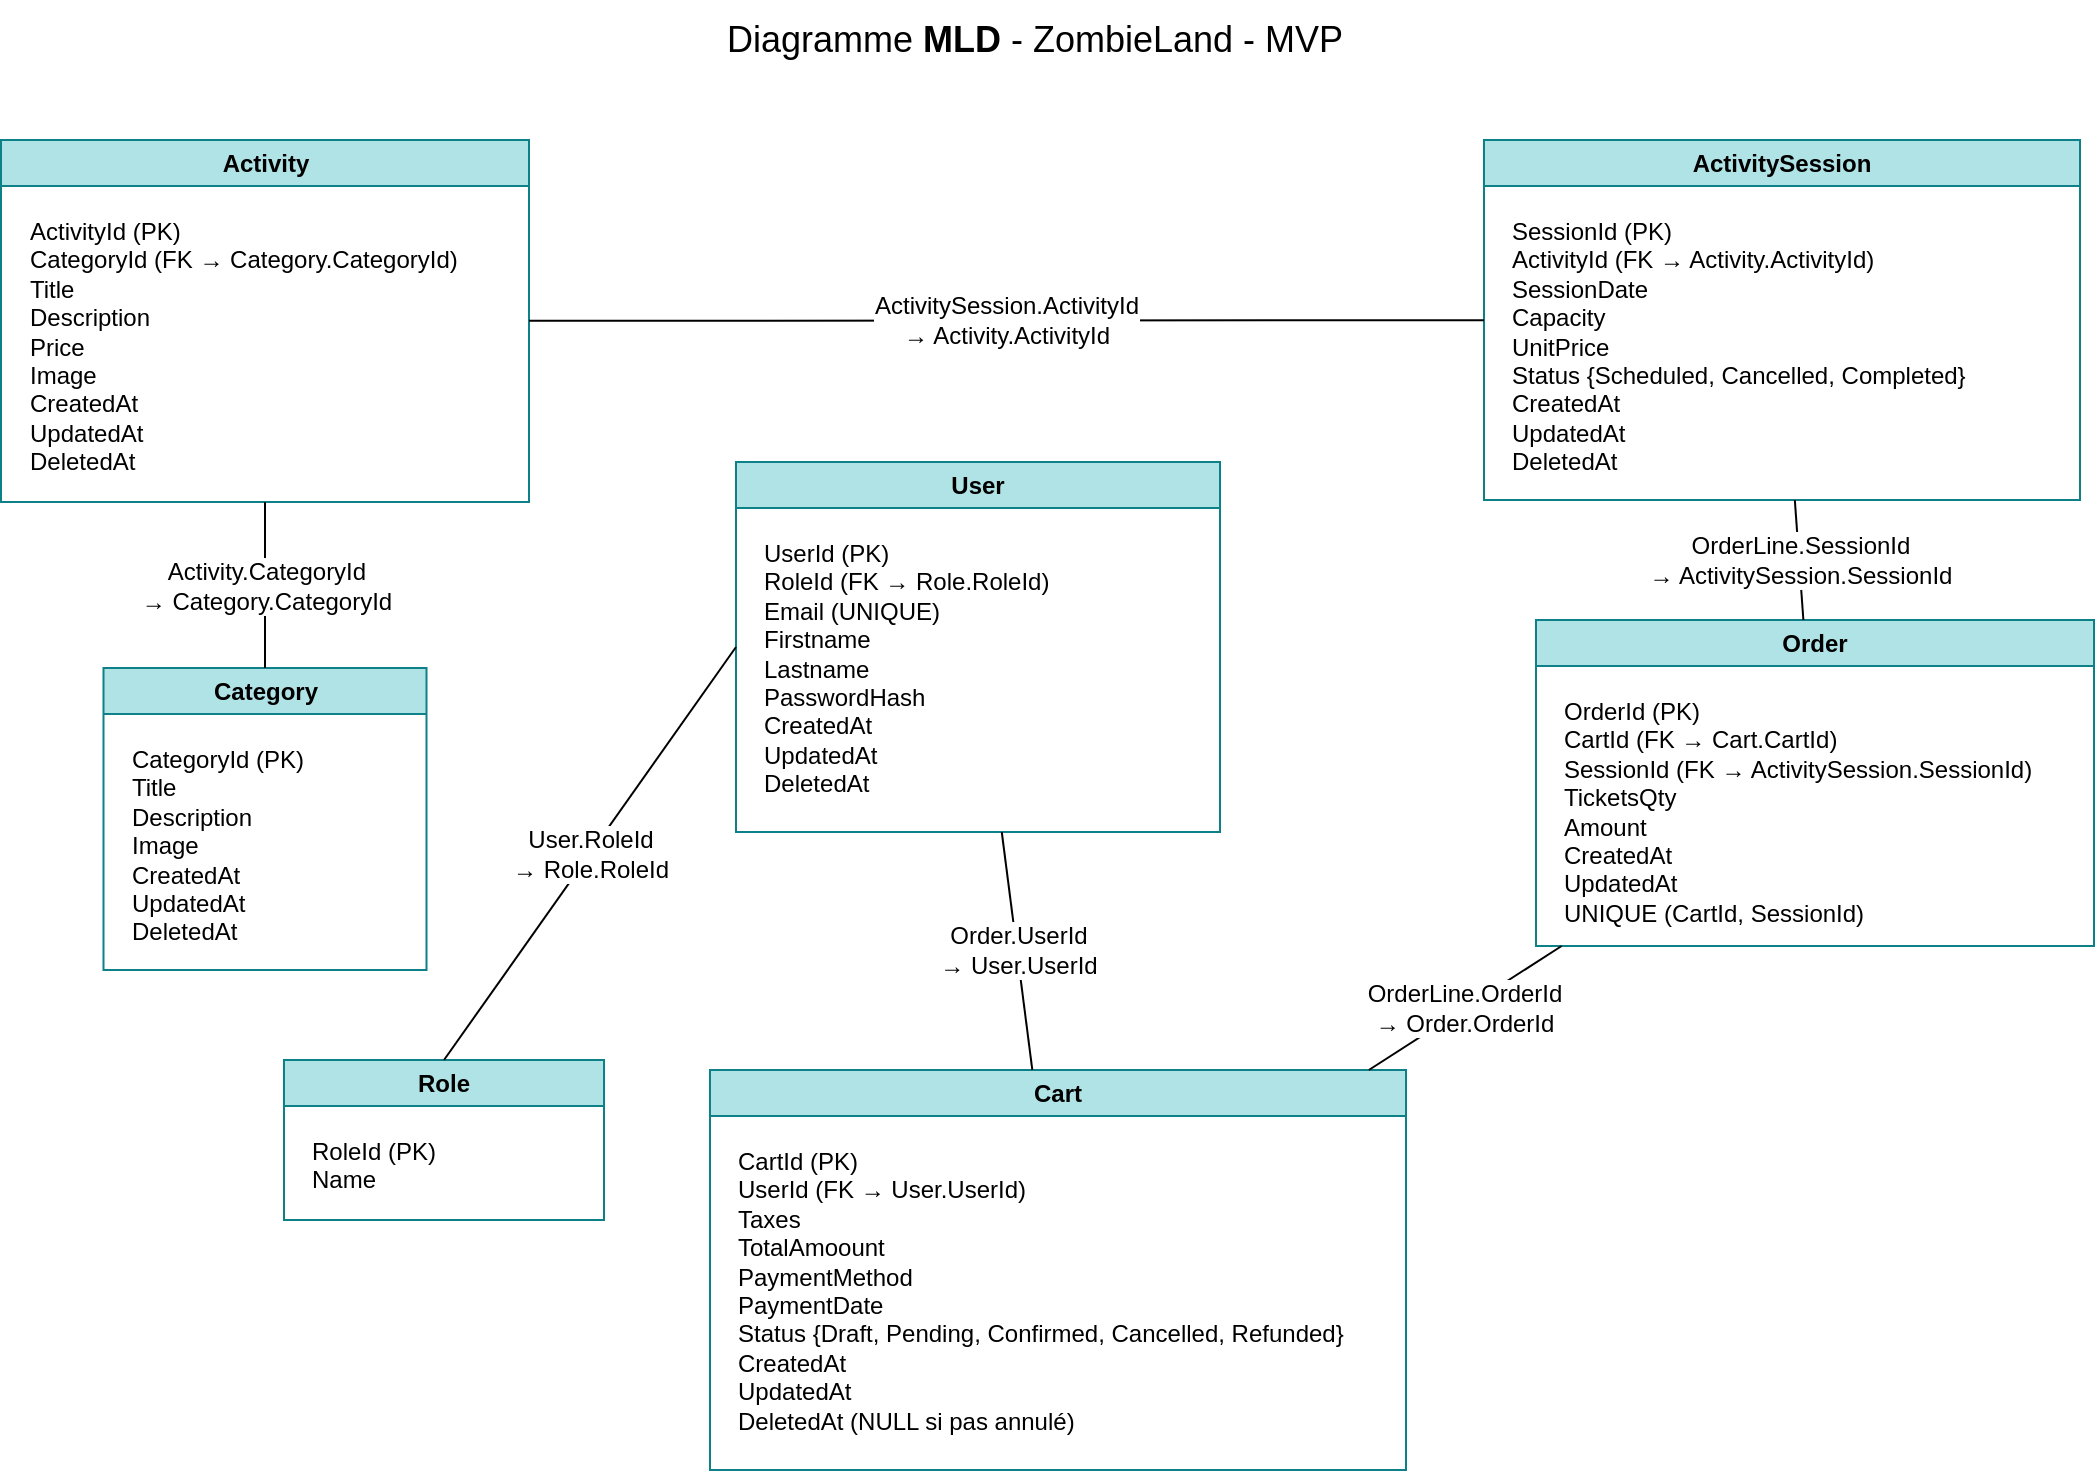
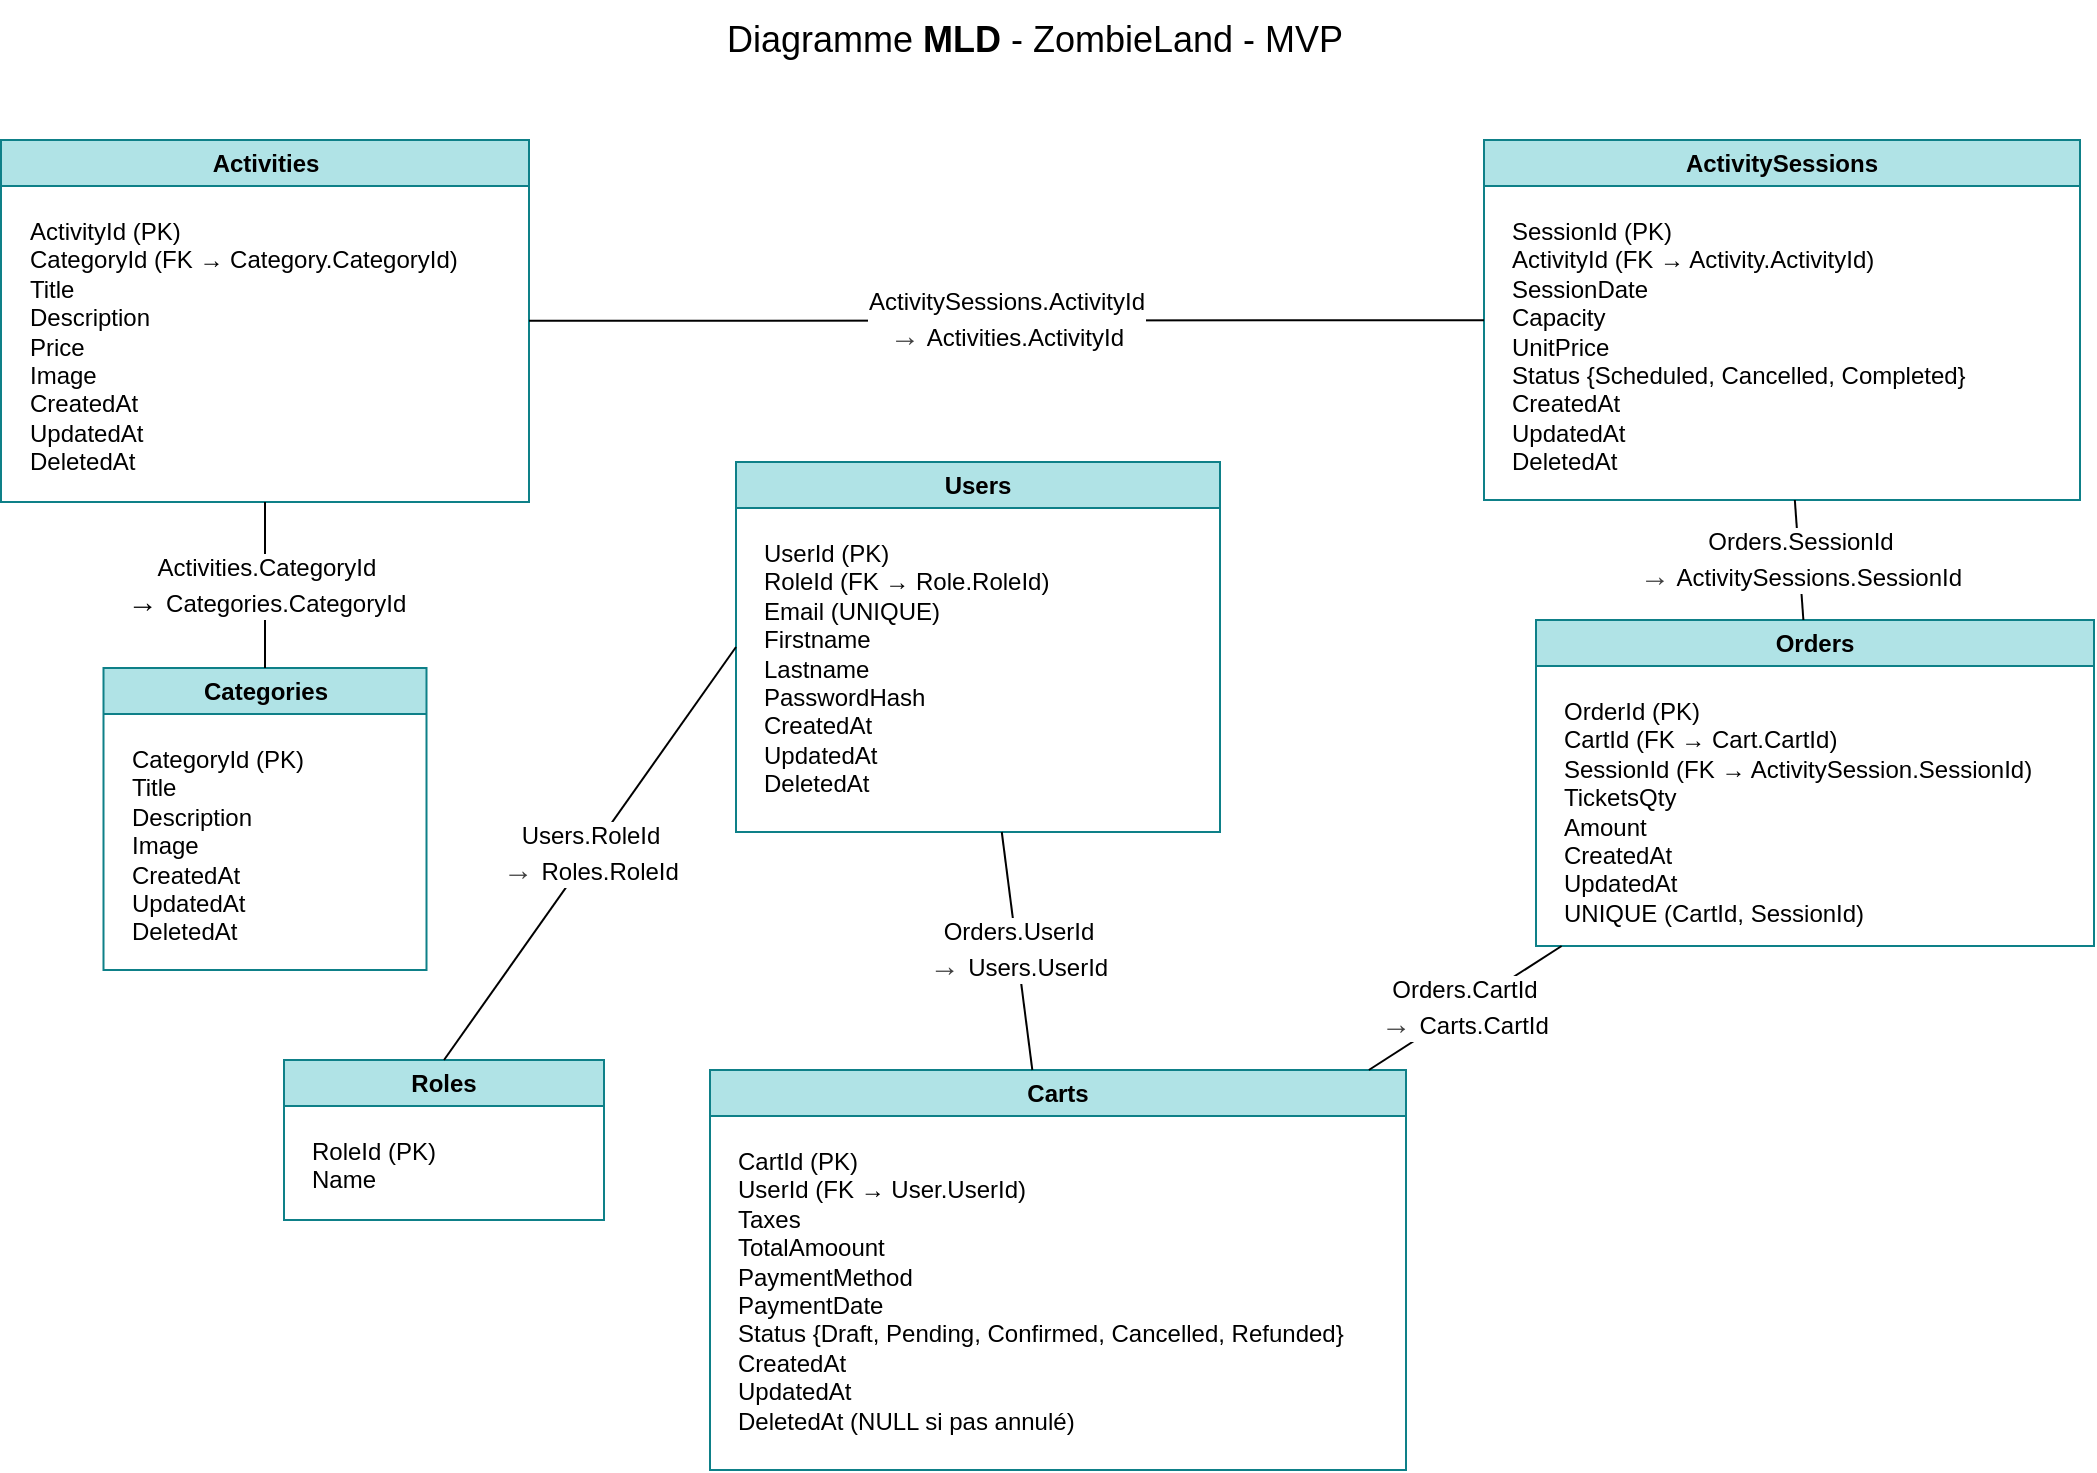
<mxfile host="65bd71144e" scale="1.2" border="20">
    <diagram id="fsbzk8zL0QScQSCVCOah" name="Page-1">
-         <mxGraphModel dx="1073" dy="793" grid="0" gridSize="10" guides="1" tooltips="1" connect="1" arrows="1" fold="1" page="1" pageScale="1" pageWidth="1169" pageHeight="827" background="#ffffff" math="0" shadow="0">
+         <mxGraphModel dx="1631" dy="793" grid="0" gridSize="10" guides="1" tooltips="1" connect="1" arrows="1" fold="1" page="1" pageScale="1" pageWidth="1169" pageHeight="827" background="#ffffff" math="0" shadow="0">
            <root>
                <mxCell id="0"/>
                <mxCell id="1" parent="0"/>
                <mxCell id="t0" value="&lt;span style=&quot;font-weight: normal;&quot;&gt;Diagramme &lt;/span&gt;MLD &lt;span style=&quot;font-weight: normal;&quot;&gt;- ZombieLand - MVP&lt;/span&gt;" style="text;strokeColor=none;fillColor=none;html=1;fontSize=18;fontStyle=1;verticalAlign=middle;align=center;fontColor=#000000;fontFamily=Helvetica;" parent="1" vertex="1">
                    <mxGeometry x="360" y="40" width="450" height="40" as="geometry"/>
                </mxCell>
-                 <mxCell id="c_tbl" value="Category" style="swimlane;whiteSpace=wrap;html=1;fillColor=#b0e3e6;shadow=0;rounded=0;swimlaneLine=1;fontStyle=1;fontSize=12;align=center;fontFamily=Helvetica;strokeColor=#0e8088;" parent="1" vertex="1">
+                 <mxCell id="c_tbl" value="Categories" style="swimlane;whiteSpace=wrap;html=1;fillColor=#b0e3e6;shadow=0;rounded=0;swimlaneLine=1;fontStyle=1;fontSize=12;align=center;fontFamily=Helvetica;strokeColor=#0e8088;" parent="1" vertex="1">
                    <mxGeometry x="119.75" y="374" width="161.5" height="151" as="geometry"/>
                </mxCell>
                <mxCell id="c_cols" value="&lt;div&gt;&lt;font style=&quot;color: light-dark(rgb(0, 0, 0), rgb(0, 0, 0));&quot;&gt;CategoryId (PK)&lt;/font&gt;&lt;/div&gt;&lt;div&gt;&lt;font style=&quot;color: light-dark(rgb(0, 0, 0), rgb(0, 0, 0));&quot;&gt;Title&lt;/font&gt;&lt;/div&gt;&lt;div&gt;&lt;font style=&quot;color: light-dark(rgb(0, 0, 0), rgb(0, 0, 0));&quot;&gt;Description&lt;/font&gt;&lt;/div&gt;&lt;div&gt;&lt;font style=&quot;color: light-dark(rgb(0, 0, 0), rgb(0, 0, 0));&quot;&gt;Image&lt;/font&gt;&lt;/div&gt;&lt;div&gt;&lt;div style=&quot;color: rgb(63, 63, 63); scrollbar-color: rgb(226, 226, 226) rgb(251, 251, 251);&quot;&gt;&lt;font style=&quot;scrollbar-color: rgb(226, 226, 226) rgb(251, 251, 251); color: rgb(0, 0, 0);&quot;&gt;CreatedAt&amp;nbsp;&amp;nbsp;&lt;/font&gt;&lt;/div&gt;&lt;div style=&quot;color: rgb(63, 63, 63); scrollbar-color: rgb(226, 226, 226) rgb(251, 251, 251);&quot;&gt;&lt;font style=&quot;scrollbar-color: rgb(226, 226, 226) rgb(251, 251, 251); color: rgb(0, 0, 0);&quot;&gt;UpdatedAt&amp;nbsp;&amp;nbsp;&lt;/font&gt;&lt;/div&gt;&lt;div style=&quot;color: rgb(63, 63, 63); scrollbar-color: rgb(226, 226, 226) rgb(251, 251, 251);&quot;&gt;&lt;font style=&quot;scrollbar-color: rgb(226, 226, 226) rgb(251, 251, 251); color: rgb(0, 0, 0);&quot;&gt;DeletedAt&lt;/font&gt;&lt;/div&gt;&lt;/div&gt;" style="text;html=1;align=left;verticalAlign=top;resizable=0;points=[];autosize=1;strokeColor=none;fillColor=none;spacing=4;spacingTop=0;spacingLeft=0;horizontal=1;fontColor=#000000;fontSize=12;fontFamily=Helvetica;" parent="c_tbl" vertex="1">
                    <mxGeometry x="10" y="30" width="106" height="115" as="geometry"/>
                </mxCell>
-                 <mxCell id="a_tbl" value="Activity" style="swimlane;whiteSpace=wrap;html=1;fillColor=#b0e3e6;shadow=0;rounded=0;swimlaneLine=1;fontStyle=1;fontSize=12;align=center;fontFamily=Helvetica;strokeColor=#0e8088;" parent="1" vertex="1">
+                 <mxCell id="a_tbl" value="Activities" style="swimlane;whiteSpace=wrap;html=1;fillColor=#b0e3e6;shadow=0;rounded=0;swimlaneLine=1;fontStyle=1;fontSize=12;align=center;fontFamily=Helvetica;strokeColor=#0e8088;" parent="1" vertex="1">
                    <mxGeometry x="68.5" y="110" width="264" height="181" as="geometry"/>
                </mxCell>
                <mxCell id="a_cols" value="&lt;div&gt;&lt;font style=&quot;color: rgb(0, 0, 0);&quot;&gt;ActivityId (PK)&lt;/font&gt;&lt;/div&gt;&lt;div&gt;&lt;font style=&quot;color: rgb(0, 0, 0);&quot;&gt;CategoryId (FK → Category.CategoryId)&lt;/font&gt;&lt;/div&gt;&lt;div&gt;&lt;font style=&quot;color: rgb(0, 0, 0);&quot;&gt;Title&lt;/font&gt;&lt;/div&gt;&lt;div&gt;&lt;font style=&quot;color: rgb(0, 0, 0);&quot;&gt;Description&lt;/font&gt;&lt;/div&gt;&lt;div&gt;&lt;font style=&quot;color: rgb(0, 0, 0);&quot;&gt;Price&lt;/font&gt;&lt;/div&gt;&lt;div&gt;&lt;font style=&quot;color: rgb(0, 0, 0);&quot;&gt;Image&lt;/font&gt;&lt;/div&gt;&lt;div&gt;&lt;font style=&quot;color: rgb(0, 0, 0);&quot;&gt;CreatedAt&lt;/font&gt;&lt;/div&gt;&lt;div&gt;&lt;font style=&quot;color: rgb(0, 0, 0);&quot;&gt;UpdatedAt&lt;/font&gt;&lt;/div&gt;&lt;div&gt;&lt;font style=&quot;color: rgb(0, 0, 0);&quot;&gt;DeletedAt&lt;/font&gt;&lt;/div&gt;" style="text;html=1;align=left;verticalAlign=top;resizable=0;points=[];autosize=1;strokeColor=none;fillColor=none;spacing=4;spacingTop=0;spacingLeft=0;horizontal=1;fontColor=#000000;fontSize=12;fontFamily=Helvetica;" parent="a_tbl" vertex="1">
                    <mxGeometry x="10" y="30" width="234" height="144" as="geometry"/>
                </mxCell>
-                 <mxCell id="s_tbl" value="ActivitySession" style="swimlane;whiteSpace=wrap;html=1;fillColor=#b0e3e6;shadow=0;rounded=0;swimlaneLine=1;fontStyle=1;fontSize=12;align=center;fontFamily=Helvetica;strokeColor=#0e8088;" parent="1" vertex="1">
+                 <mxCell id="s_tbl" value="ActivitySessions" style="swimlane;whiteSpace=wrap;html=1;fillColor=#b0e3e6;shadow=0;rounded=0;swimlaneLine=1;fontStyle=1;fontSize=12;align=center;fontFamily=Helvetica;strokeColor=#0e8088;" parent="1" vertex="1">
                    <mxGeometry x="810" y="110" width="298" height="180" as="geometry"/>
                </mxCell>
                <mxCell id="s_cols" value="&lt;div&gt;&lt;font color=&quot;#000000&quot;&gt;SessionId (PK)&lt;/font&gt;&lt;/div&gt;&lt;div&gt;&lt;font color=&quot;#000000&quot;&gt;ActivityId (FK → Activity.ActivityId)&lt;/font&gt;&lt;/div&gt;&lt;div&gt;&lt;font color=&quot;#000000&quot;&gt;SessionDate&lt;/font&gt;&lt;/div&gt;&lt;div&gt;&lt;font color=&quot;#000000&quot;&gt;Capacity&lt;/font&gt;&lt;/div&gt;&lt;div&gt;&lt;font color=&quot;#000000&quot;&gt;UnitPrice&lt;/font&gt;&lt;/div&gt;&lt;div&gt;&lt;font color=&quot;#000000&quot;&gt;Status {Scheduled, Cancelled, Completed}&lt;/font&gt;&lt;/div&gt;&lt;div&gt;&lt;div style=&quot;color: rgb(63, 63, 63); scrollbar-color: rgb(226, 226, 226) rgb(251, 251, 251);&quot;&gt;&lt;font style=&quot;scrollbar-color: rgb(226, 226, 226) rgb(251, 251, 251); color: rgb(0, 0, 0);&quot;&gt;CreatedAt&lt;/font&gt;&lt;/div&gt;&lt;div style=&quot;color: rgb(63, 63, 63); scrollbar-color: rgb(226, 226, 226) rgb(251, 251, 251);&quot;&gt;&lt;font style=&quot;scrollbar-color: rgb(226, 226, 226) rgb(251, 251, 251); color: rgb(0, 0, 0);&quot;&gt;UpdatedAt&lt;/font&gt;&lt;/div&gt;&lt;div style=&quot;color: rgb(63, 63, 63); scrollbar-color: rgb(226, 226, 226) rgb(251, 251, 251);&quot;&gt;&lt;font style=&quot;scrollbar-color: rgb(226, 226, 226) rgb(251, 251, 251); color: rgb(0, 0, 0);&quot;&gt;DeletedAt&lt;/font&gt;&lt;/div&gt;&lt;/div&gt;" style="text;html=1;align=left;verticalAlign=top;resizable=0;points=[];autosize=1;strokeColor=none;fillColor=none;spacing=4;spacingTop=0;spacingLeft=0;horizontal=1;fontColor=#000000;fontSize=12;fontFamily=Helvetica;" parent="s_tbl" vertex="1">
                    <mxGeometry x="10" y="30" width="247" height="144" as="geometry"/>
                </mxCell>
-                 <mxCell id="o_tbl" value="Cart" style="swimlane;whiteSpace=wrap;html=1;fillColor=#b0e3e6;shadow=0;rounded=0;swimlaneLine=1;fontStyle=1;fontSize=12;align=center;fontFamily=Helvetica;strokeColor=#0e8088;" parent="1" vertex="1">
+                 <mxCell id="o_tbl" value="Carts" style="swimlane;whiteSpace=wrap;html=1;fillColor=#b0e3e6;shadow=0;rounded=0;swimlaneLine=1;fontStyle=1;fontSize=12;align=center;fontFamily=Helvetica;strokeColor=#0e8088;" parent="1" vertex="1">
                    <mxGeometry x="423" y="575" width="348" height="200" as="geometry"/>
                </mxCell>
                <mxCell id="o_cols" value="&lt;div&gt;&lt;font color=&quot;#000000&quot;&gt;CartId (PK)&lt;/font&gt;&lt;/div&gt;&lt;div&gt;&lt;font color=&quot;#000000&quot;&gt;UserId (FK → User.UserId)&lt;/font&gt;&lt;/div&gt;&lt;div&gt;&lt;span style=&quot;background-color: transparent;&quot;&gt;Taxes&lt;/span&gt;&lt;/div&gt;&lt;div&gt;&lt;font color=&quot;#000000&quot;&gt;TotalAmoount&lt;/font&gt;&lt;/div&gt;&lt;div&gt;&lt;font color=&quot;#000000&quot;&gt;PaymentMethod&lt;/font&gt;&lt;/div&gt;&lt;div&gt;&lt;font color=&quot;#000000&quot;&gt;PaymentDate&lt;/font&gt;&lt;/div&gt;&lt;div&gt;&lt;font color=&quot;#000000&quot;&gt;Status {Draft, Pending, Confirmed, Cancelled, Refunded}&lt;/font&gt;&lt;/div&gt;&lt;div&gt;&lt;font color=&quot;#000000&quot;&gt;CreatedAt&lt;/font&gt;&lt;/div&gt;&lt;div&gt;&lt;font color=&quot;#000000&quot;&gt;UpdatedAt&lt;/font&gt;&lt;/div&gt;&lt;div&gt;&lt;font color=&quot;#000000&quot;&gt;DeletedAt (NULL si pas annulé)&lt;/font&gt;&lt;/div&gt;" style="text;html=1;align=left;verticalAlign=top;resizable=0;points=[];autosize=1;strokeColor=none;fillColor=none;spacing=4;spacingTop=0;spacingLeft=0;horizontal=1;fontColor=#000000;fontSize=12;fontFamily=Helvetica;" parent="o_tbl" vertex="1">
                    <mxGeometry x="10" y="30" width="323" height="158" as="geometry"/>
                </mxCell>
-                 <mxCell id="ol_tbl" value="Order" style="swimlane;whiteSpace=wrap;html=1;fillColor=#b0e3e6;shadow=0;rounded=0;swimlaneLine=1;fontStyle=1;fontSize=12;align=center;fontFamily=Helvetica;strokeColor=#0e8088;" parent="1" vertex="1">
+                 <mxCell id="ol_tbl" value="Orders" style="swimlane;whiteSpace=wrap;html=1;fillColor=#b0e3e6;shadow=0;rounded=0;swimlaneLine=1;fontStyle=1;fontSize=12;align=center;fontFamily=Helvetica;strokeColor=#0e8088;" parent="1" vertex="1">
                    <mxGeometry x="836" y="350" width="279" height="163" as="geometry"/>
                </mxCell>
                <mxCell id="ol_cols" value="&lt;div&gt;&lt;font color=&quot;#000000&quot;&gt;OrderId (PK)&lt;/font&gt;&lt;/div&gt;&lt;div&gt;&lt;font color=&quot;#000000&quot;&gt;CartId (FK → Cart.CartId)&lt;/font&gt;&lt;/div&gt;&lt;div&gt;&lt;font color=&quot;#000000&quot;&gt;SessionId (FK → ActivitySession.SessionId)&lt;/font&gt;&lt;/div&gt;&lt;div&gt;&lt;font color=&quot;#000000&quot;&gt;TicketsQty&lt;/font&gt;&lt;/div&gt;&lt;div&gt;&lt;font color=&quot;#000000&quot;&gt;Amount&lt;/font&gt;&lt;/div&gt;&lt;div&gt;&lt;font color=&quot;#000000&quot;&gt;CreatedAt&lt;/font&gt;&lt;/div&gt;&lt;div&gt;&lt;font color=&quot;#000000&quot;&gt;UpdatedAt&lt;/font&gt;&lt;/div&gt;&lt;div&gt;&lt;font color=&quot;#000000&quot;&gt;UNIQUE (CartId, SessionId)&lt;/font&gt;&lt;/div&gt;" style="text;html=1;align=left;verticalAlign=top;resizable=0;points=[];autosize=1;strokeColor=none;fillColor=none;spacing=4;spacingTop=0;spacingLeft=0;horizontal=1;fontColor=#000000;fontSize=12;fontFamily=Helvetica;" parent="ol_tbl" vertex="1">
                    <mxGeometry x="10" y="30" width="254" height="129" as="geometry"/>
                </mxCell>
-                 <mxCell id="e_act_cat" value="Activity.CategoryId &lt;br&gt;→ Category.CategoryId" style="endArrow=none;html=1;strokeWidth=1;rounded=0;fontColor=#000000;fontFamily=Helvetica;fontSize=12;" parent="1" source="a_tbl" target="c_tbl" edge="1">
+                 <mxCell id="e_act_cat" value="Activities.CategoryId &lt;br&gt;&lt;b&gt;&lt;font style=&quot;font-size: 15px;&quot;&gt;→ &lt;/font&gt;&lt;/b&gt;Categories.CategoryId" style="endArrow=none;html=1;strokeWidth=1;rounded=0;fontColor=#000000;fontFamily=Helvetica;fontSize=12;" parent="1" source="a_tbl" target="c_tbl" edge="1">
                    <mxGeometry relative="1" as="geometry">
                        <mxPoint x="401" y="430" as="sourcePoint"/>
                        <mxPoint x="361" y="480" as="targetPoint"/>
                    </mxGeometry>
                </mxCell>
-                 <mxCell id="e_sess_act" value="ActivitySession.ActivityId &lt;br&gt;→ Activity.ActivityId" style="endArrow=none;html=1;strokeWidth=1;rounded=0;fontColor=#000000;fontFamily=Helvetica;fontSize=12;" parent="1" source="s_tbl" target="a_tbl" edge="1">
+                 <mxCell id="e_sess_act" value="ActivitySessions.ActivityId &lt;br&gt;&lt;b style=&quot;color: rgb(63, 63, 63); scrollbar-color: rgb(226, 226, 226) rgb(251, 251, 251);&quot;&gt;&lt;font style=&quot;color: rgb(63, 63, 63); scrollbar-color: rgb(226, 226, 226) rgb(251, 251, 251); font-size: 15px;&quot;&gt;→&lt;/font&gt;&lt;/b&gt;&amp;nbsp;Activities.ActivityId" style="endArrow=none;html=1;strokeWidth=1;rounded=0;fontColor=#000000;fontFamily=Helvetica;fontSize=12;" parent="1" source="s_tbl" target="a_tbl" edge="1">
                    <mxGeometry relative="1" as="geometry">
                        <mxPoint x="791" y="350" as="sourcePoint"/>
                        <mxPoint x="741" y="390" as="targetPoint"/>
                    </mxGeometry>
                </mxCell>
-                 <mxCell id="e_ol_order" value="OrderLine.OrderId &lt;br&gt;→ Order.OrderId" style="endArrow=none;html=1;strokeWidth=1;rounded=0;fontColor=#000000;fontFamily=Helvetica;fontSize=12;" parent="1" source="ol_tbl" target="o_tbl" edge="1">
+                 <mxCell id="e_ol_order" value="Orders.CartId&lt;br&gt;&lt;b style=&quot;color: rgb(63, 63, 63); scrollbar-color: rgb(226, 226, 226) rgb(251, 251, 251);&quot;&gt;&lt;font style=&quot;color: rgb(63, 63, 63); scrollbar-color: rgb(226, 226, 226) rgb(251, 251, 251); font-size: 15px;&quot;&gt;→&amp;nbsp;&lt;/font&gt;&lt;/b&gt;Carts.CartId" style="endArrow=none;html=1;strokeWidth=1;rounded=0;fontColor=#000000;fontFamily=Helvetica;fontSize=12;" parent="1" source="ol_tbl" target="o_tbl" edge="1">
                    <mxGeometry relative="1" as="geometry">
                        <mxPoint x="561" y="570" as="sourcePoint"/>
                        <mxPoint x="561" y="320" as="targetPoint"/>
                    </mxGeometry>
                </mxCell>
-                 <mxCell id="e_ol_sess" value="OrderLine.SessionId &lt;br&gt;→ ActivitySession.SessionId" style="endArrow=none;html=1;strokeWidth=1;rounded=0;fontColor=#000000;fontFamily=Helvetica;fontSize=12;" parent="1" source="ol_tbl" target="s_tbl" edge="1">
+                 <mxCell id="e_ol_sess" value="Orders.SessionId &lt;br&gt;&lt;b style=&quot;color: rgb(63, 63, 63); scrollbar-color: rgb(226, 226, 226) rgb(251, 251, 251);&quot;&gt;&lt;font style=&quot;color: rgb(63, 63, 63); scrollbar-color: rgb(226, 226, 226) rgb(251, 251, 251); font-size: 15px;&quot;&gt;→&lt;/font&gt;&lt;/b&gt;&amp;nbsp;ActivitySessions.SessionId" style="endArrow=none;html=1;strokeWidth=1;rounded=0;fontColor=#000000;fontFamily=Helvetica;fontSize=12;" parent="1" source="ol_tbl" target="s_tbl" edge="1">
                    <mxGeometry relative="1" as="geometry">
                        <mxPoint x="821" y="610" as="sourcePoint"/>
                        <mxPoint x="971" y="500" as="targetPoint"/>
                    </mxGeometry>
                </mxCell>
-                 <mxCell id="u_tbl" value="User" style="swimlane;whiteSpace=wrap;html=1;fillColor=#b0e3e6;shadow=0;rounded=0;swimlaneLine=1;fontStyle=1;fontSize=12;align=center;fontFamily=Helvetica;strokeColor=#0e8088;" parent="1" vertex="1">
+                 <mxCell id="u_tbl" value="Users" style="swimlane;whiteSpace=wrap;html=1;fillColor=#b0e3e6;shadow=0;rounded=0;swimlaneLine=1;fontStyle=1;fontSize=12;align=center;fontFamily=Helvetica;strokeColor=#0e8088;" parent="1" vertex="1">
                    <mxGeometry x="436" y="271" width="242" height="185" as="geometry"/>
                </mxCell>
                <mxCell id="u_cols" value="UserId (PK) &amp;nbsp;&lt;br&gt;RoleId (FK → Role.RoleId) &amp;nbsp;&lt;br&gt;Email (UNIQUE) &amp;nbsp;&lt;br&gt;Firstname &amp;nbsp;&lt;br&gt;Lastname &amp;nbsp;&lt;br&gt;PasswordHash &amp;nbsp;&lt;br&gt;CreatedAt &amp;nbsp;&lt;br&gt;UpdatedAt &amp;nbsp;&lt;br&gt;DeletedAt" style="text;html=1;align=left;verticalAlign=top;resizable=0;points=[];autosize=1;strokeColor=none;fillColor=none;spacing=4;spacingTop=0;spacingLeft=0;horizontal=1;fontColor=#000000;fontSize=12;fontFamily=Helvetica;" parent="u_tbl" vertex="1">
                    <mxGeometry x="10" y="30" width="169" height="144" as="geometry"/>
                </mxCell>
-                 <mxCell id="e_order_user" value="Order.UserId &lt;br&gt;→ User.UserId" style="endArrow=none;html=1;strokeWidth=1;rounded=0;fontColor=#000000;fontFamily=Helvetica;fontSize=12;" parent="1" source="o_tbl" target="u_tbl" edge="1">
+                 <mxCell id="e_order_user" value="Orders.UserId &lt;br&gt;&lt;b style=&quot;color: rgb(63, 63, 63); scrollbar-color: rgb(226, 226, 226) rgb(251, 251, 251);&quot;&gt;&lt;font style=&quot;color: rgb(63, 63, 63); scrollbar-color: rgb(226, 226, 226) rgb(251, 251, 251); font-size: 15px;&quot;&gt;→&amp;nbsp;&lt;/font&gt;&lt;/b&gt;Users.UserId" style="endArrow=none;html=1;strokeWidth=1;rounded=0;fontColor=#000000;fontFamily=Helvetica;fontSize=12;" parent="1" source="o_tbl" target="u_tbl" edge="1">
                    <mxGeometry relative="1" as="geometry">
                        <mxPoint x="291" y="480" as="sourcePoint"/>
                        <mxPoint x="111" y="480" as="targetPoint"/>
                    </mxGeometry>
                </mxCell>
-                 <mxCell id="2" value="Role" style="swimlane;whiteSpace=wrap;html=1;fillColor=#b0e3e6;shadow=0;rounded=0;swimlaneLine=1;fontStyle=1;fontSize=12;align=center;fontFamily=Helvetica;strokeColor=#0e8088;" parent="1" vertex="1">
+                 <mxCell id="2" value="Roles" style="swimlane;whiteSpace=wrap;html=1;fillColor=#b0e3e6;shadow=0;rounded=0;swimlaneLine=1;fontStyle=1;fontSize=12;align=center;fontFamily=Helvetica;strokeColor=#0e8088;" parent="1" vertex="1">
                    <mxGeometry x="210" y="570" width="160" height="80" as="geometry"/>
                </mxCell>
                <mxCell id="3" value="RoleId (PK) &amp;nbsp;&lt;br&gt;Name" style="text;html=1;align=left;verticalAlign=top;resizable=0;points=[];autosize=1;strokeColor=none;fillColor=none;spacing=4;spacingTop=0;spacingLeft=0;horizontal=1;fontColor=#000000;fontSize=12;fontFamily=Helvetica;" parent="2" vertex="1">
                    <mxGeometry x="10" y="30" width="89" height="43" as="geometry"/>
                </mxCell>
-                 <mxCell id="4" value="User.RoleId &lt;br&gt;→ Role.RoleId" style="endArrow=none;html=1;strokeWidth=1;rounded=0;exitX=0;exitY=0.5;exitDx=0;exitDy=0;entryX=0.5;entryY=0;entryDx=0;entryDy=0;fontColor=#000000;fontFamily=Helvetica;fontSize=12;" parent="1" source="u_tbl" target="2" edge="1">
+                 <mxCell id="4" value="Users.RoleId &lt;br&gt;&lt;b style=&quot;color: rgb(63, 63, 63); scrollbar-color: rgb(226, 226, 226) rgb(251, 251, 251);&quot;&gt;&lt;font style=&quot;color: rgb(63, 63, 63); scrollbar-color: rgb(226, 226, 226) rgb(251, 251, 251); font-size: 15px;&quot;&gt;→&amp;nbsp;&lt;/font&gt;&lt;/b&gt;Roles.RoleId" style="endArrow=none;html=1;strokeWidth=1;rounded=0;exitX=0;exitY=0.5;exitDx=0;exitDy=0;entryX=0.5;entryY=0;entryDx=0;entryDy=0;fontColor=#000000;fontFamily=Helvetica;fontSize=12;" parent="1" source="u_tbl" target="2" edge="1">
                    <mxGeometry relative="1" as="geometry">
                        <mxPoint x="350" y="409" as="sourcePoint"/>
                        <mxPoint x="346" y="502" as="targetPoint"/>
                    </mxGeometry>
                </mxCell>
            </root>
        </mxGraphModel>
    </diagram>
</mxfile>